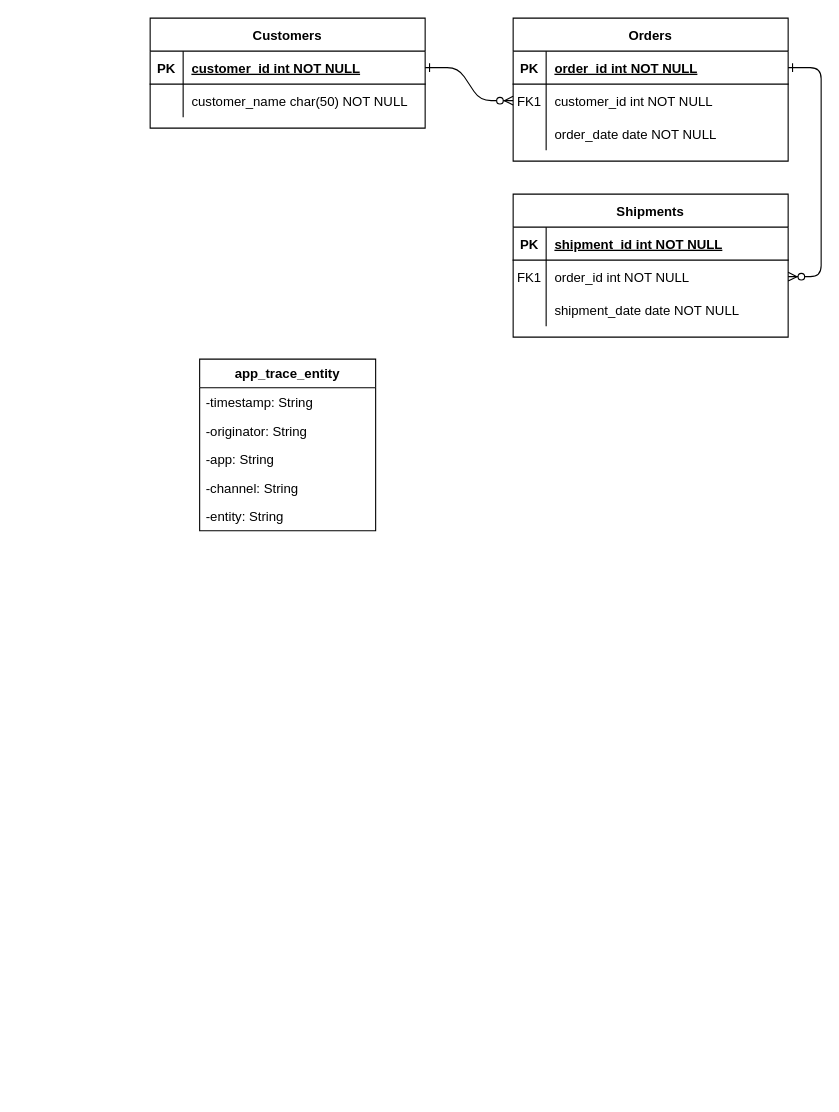
This is Untitled Diagram.drawio from Prince-Ahmed123/erd-test, a draw.io file, before an edit. Source tidied: cells renumbered, new cells numbered last; positions are measured from the earlier drawing's top-left corner, leaving out a move shared by most shapes. Both pictures are drawn from the tidied source at 110%, with x=0, y=0 at pixel (150, 18).
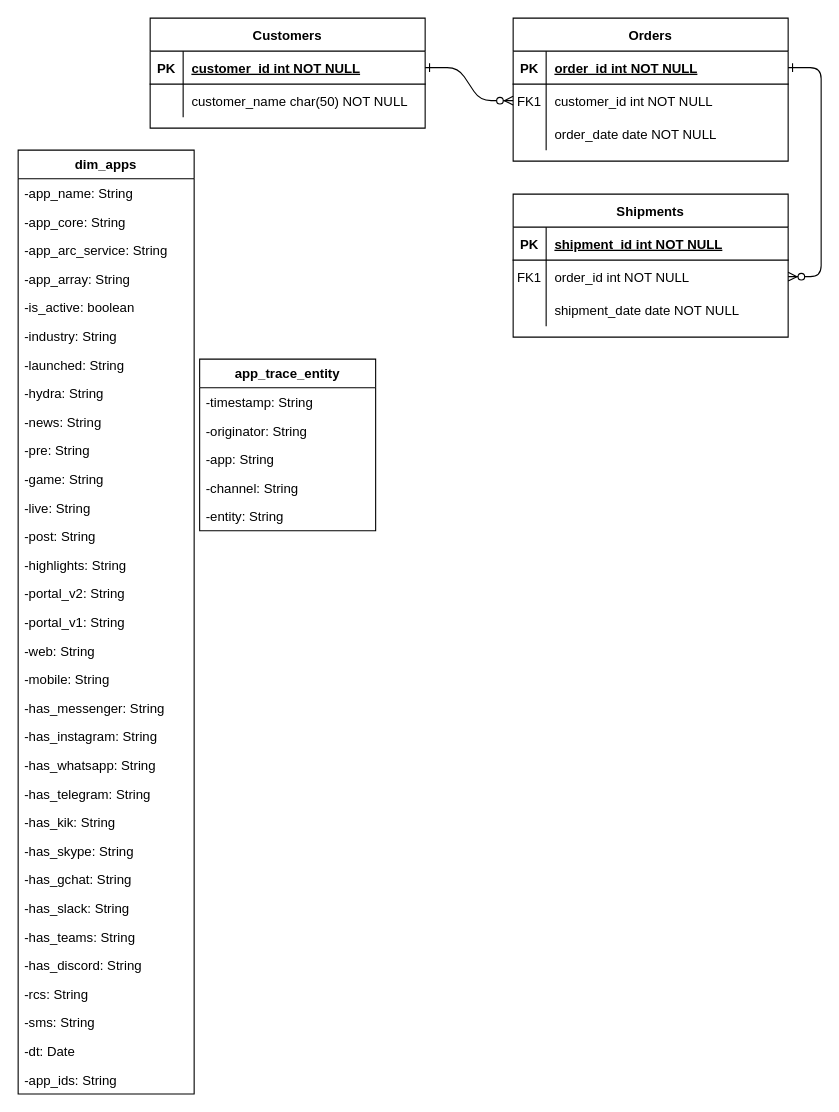
Above is the later version.

Diff of the diagram source:
```diff
@@
+    <mxCell id="37" value="dim_apps" style="swimlane;fontStyle=1;horizontal=1;startSize=26;" parent="1" vertex="1">
+      <mxGeometry x="-120" y="120" width="160" height="858" as="geometry" />
+    </mxCell>
+    <mxCell id="38" value="-app_name: String" style="text;strokeColor=none;fillColor=none;align=left;verticalAlign=top;spacingLeft=4;spacingRight=4;overflow=hidden;" parent="37" vertex="1">
+      <mxGeometry y="26" width="160" height="26" as="geometry" />
+    </mxCell>
+    <mxCell id="39" value="-app_core: String" style="text;strokeColor=none;fillColor=none;align=left;verticalAlign=top;spacingLeft=4;spacingRight=4;overflow=hidden;" parent="37" vertex="1">
+      <mxGeometry y="52" width="160" height="26" as="geometry" />
+    </mxCell>
+    <mxCell id="40" value="-app_arc_service: String" style="text;strokeColor=none;fillColor=none;align=left;verticalAlign=top;spacingLeft=4;spacingRight=4;overflow=hidden;" parent="37" vertex="1">
+      <mxGeometry y="78" width="160" height="26" as="geometry" />
+    </mxCell>
+    <mxCell id="41" value="-app_array: String" style="text;strokeColor=none;fillColor=none;align=left;verticalAlign=top;spacingLeft=4;spacingRight=4;overflow=hidden;" parent="37" vertex="1">
+      <mxGeometry y="104" width="160" height="26" as="geometry" />
+    </mxCell>
+    <mxCell id="42" value="-is_active: boolean" style="text;strokeColor=none;fillColor=none;align=left;verticalAlign=top;spacingLeft=4;spacingRight=4;overflow=hidden;" parent="37" vertex="1">
+      <mxGeometry y="130" width="160" height="26" as="geometry" />
+    </mxCell>
+    <mxCell id="43" value="-industry: String" style="text;strokeColor=none;fillColor=none;align=left;verticalAlign=top;spacingLeft=4;spacingRight=4;overflow=hidden;" parent="37" vertex="1">
+      <mxGeometry y="156" width="160" height="26" as="geometry" />
+    </mxCell>
+    <mxCell id="44" value="-launched: String" style="text;strokeColor=none;fillColor=none;align=left;verticalAlign=top;spacingLeft=4;spacingRight=4;overflow=hidden;" parent="37" vertex="1">
+      <mxGeometry y="182" width="160" height="26" as="geometry" />
+    </mxCell>
+    <mxCell id="45" value="-hydra: String" style="text;strokeColor=none;fillColor=none;align=left;verticalAlign=top;spacingLeft=4;spacingRight=4;overflow=hidden;" parent="37" vertex="1">
+      <mxGeometry y="208" width="160" height="26" as="geometry" />
+    </mxCell>
+    <mxCell id="46" value="-news: String" style="text;strokeColor=none;fillColor=none;align=left;verticalAlign=top;spacingLeft=4;spacingRight=4;overflow=hidden;" parent="37" vertex="1">
+      <mxGeometry y="234" width="160" height="26" as="geometry" />
+    </mxCell>
+    <mxCell id="47" value="-pre: String" style="text;strokeColor=none;fillColor=none;align=left;verticalAlign=top;spacingLeft=4;spacingRight=4;overflow=hidden;" parent="37" vertex="1">
+      <mxGeometry y="260" width="160" height="26" as="geometry" />
+    </mxCell>
+    <mxCell id="48" value="-game: String" style="text;strokeColor=none;fillColor=none;align=left;verticalAlign=top;spacingLeft=4;spacingRight=4;overflow=hidden;" parent="37" vertex="1">
+      <mxGeometry y="286" width="160" height="26" as="geometry" />
+    </mxCell>
+    <mxCell id="49" value="-live: String" style="text;strokeColor=none;fillColor=none;align=left;verticalAlign=top;spacingLeft=4;spacingRight=4;overflow=hidden;" parent="37" vertex="1">
+      <mxGeometry y="312" width="160" height="26" as="geometry" />
+    </mxCell>
+    <mxCell id="50" value="-post: String" style="text;strokeColor=none;fillColor=none;align=left;verticalAlign=top;spacingLeft=4;spacingRight=4;overflow=hidden;" parent="37" vertex="1">
+      <mxGeometry y="338" width="160" height="26" as="geometry" />
+    </mxCell>
+    <mxCell id="51" value="-highlights: String" style="text;strokeColor=none;fillColor=none;align=left;verticalAlign=top;spacingLeft=4;spacingRight=4;overflow=hidden;" parent="37" vertex="1">
+      <mxGeometry y="364" width="160" height="26" as="geometry" />
+    </mxCell>
+    <mxCell id="52" value="-portal_v2: String" style="text;strokeColor=none;fillColor=none;align=left;verticalAlign=top;spacingLeft=4;spacingRight=4;overflow=hidden;" parent="37" vertex="1">
+      <mxGeometry y="390" width="160" height="26" as="geometry" />
+    </mxCell>
+    <mxCell id="53" value="-portal_v1: String" style="text;strokeColor=none;fillColor=none;align=left;verticalAlign=top;spacingLeft=4;spacingRight=4;overflow=hidden;" parent="37" vertex="1">
+      <mxGeometry y="416" width="160" height="26" as="geometry" />
+    </mxCell>
+    <mxCell id="54" value="-web: String" style="text;strokeColor=none;fillColor=none;align=left;verticalAlign=top;spacingLeft=4;spacingRight=4;overflow=hidden;" parent="37" vertex="1">
+      <mxGeometry y="442" width="160" height="26" as="geometry" />
+    </mxCell>
+    <mxCell id="55" value="-mobile: String" style="text;strokeColor=none;fillColor=none;align=left;verticalAlign=top;spacingLeft=4;spacingRight=4;overflow=hidden;" parent="37" vertex="1">
+      <mxGeometry y="468" width="160" height="26" as="geometry" />
+    </mxCell>
+    <mxCell id="56" value="-has_messenger: String" style="text;strokeColor=none;fillColor=none;align=left;verticalAlign=top;spacingLeft=4;spacingRight=4;overflow=hidden;" parent="37" vertex="1">
+      <mxGeometry y="494" width="160" height="26" as="geometry" />
+    </mxCell>
+    <mxCell id="57" value="-has_instagram: String" style="text;strokeColor=none;fillColor=none;align=left;verticalAlign=top;spacingLeft=4;spacingRight=4;overflow=hidden;" parent="37" vertex="1">
+      <mxGeometry y="520" width="160" height="26" as="geometry" />
+    </mxCell>
+    <mxCell id="58" value="-has_whatsapp: String" style="text;strokeColor=none;fillColor=none;align=left;verticalAlign=top;spacingLeft=4;spacingRight=4;overflow=hidden;" parent="37" vertex="1">
+      <mxGeometry y="546" width="160" height="26" as="geometry" />
+    </mxCell>
+    <mxCell id="59" value="-has_telegram: String" style="text;strokeColor=none;fillColor=none;align=left;verticalAlign=top;spacingLeft=4;spacingRight=4;overflow=hidden;" parent="37" vertex="1">
+      <mxGeometry y="572" width="160" height="26" as="geometry" />
+    </mxCell>
+    <mxCell id="60" value="-has_kik: String" style="text;strokeColor=none;fillColor=none;align=left;verticalAlign=top;spacingLeft=4;spacingRight=4;overflow=hidden;" parent="37" vertex="1">
+      <mxGeometry y="598" width="160" height="26" as="geometry" />
+    </mxCell>
+    <mxCell id="61" value="-has_skype: String" style="text;strokeColor=none;fillColor=none;align=left;verticalAlign=top;spacingLeft=4;spacingRight=4;overflow=hidden;" parent="37" vertex="1">
+      <mxGeometry y="624" width="160" height="26" as="geometry" />
+    </mxCell>
+    <mxCell id="62" value="-has_gchat: String" style="text;strokeColor=none;fillColor=none;align=left;verticalAlign=top;spacingLeft=4;spacingRight=4;overflow=hidden;" parent="37" vertex="1">
+      <mxGeometry y="650" width="160" height="26" as="geometry" />
+    </mxCell>
+    <mxCell id="63" value="-has_slack: String" style="text;strokeColor=none;fillColor=none;align=left;verticalAlign=top;spacingLeft=4;spacingRight=4;overflow=hidden;" parent="37" vertex="1">
+      <mxGeometry y="676" width="160" height="26" as="geometry" />
+    </mxCell>
+    <mxCell id="64" value="-has_teams: String" style="text;strokeColor=none;fillColor=none;align=left;verticalAlign=top;spacingLeft=4;spacingRight=4;overflow=hidden;" parent="37" vertex="1">
+      <mxGeometry y="702" width="160" height="26" as="geometry" />
+    </mxCell>
+    <mxCell id="65" value="-has_discord: String" style="text;strokeColor=none;fillColor=none;align=left;verticalAlign=top;spacingLeft=4;spacingRight=4;overflow=hidden;" parent="37" vertex="1">
+      <mxGeometry y="728" width="160" height="26" as="geometry" />
+    </mxCell>
+    <mxCell id="66" value="-rcs: String" style="text;strokeColor=none;fillColor=none;align=left;verticalAlign=top;spacingLeft=4;spacingRight=4;overflow=hidden;" parent="37" vertex="1">
+      <mxGeometry y="754" width="160" height="26" as="geometry" />
+    </mxCell>
+    <mxCell id="67" value="-sms: String" style="text;strokeColor=none;fillColor=none;align=left;verticalAlign=top;spacingLeft=4;spacingRight=4;overflow=hidden;" parent="37" vertex="1">
+      <mxGeometry y="780" width="160" height="26" as="geometry" />
+    </mxCell>
+    <mxCell id="68" value="-dt: Date" style="text;strokeColor=none;fillColor=none;align=left;verticalAlign=top;spacingLeft=4;spacingRight=4;overflow=hidden;" parent="37" vertex="1">
+      <mxGeometry y="806" width="160" height="26" as="geometry" />
+    </mxCell>
+    <mxCell id="69" value="-app_ids: String" style="text;strokeColor=none;fillColor=none;align=left;verticalAlign=top;spacingLeft=4;spacingRight=4;overflow=hidden;" parent="37" vertex="1">
+      <mxGeometry y="832" width="160" height="26" as="geometry" />
+    </mxCell>
```
